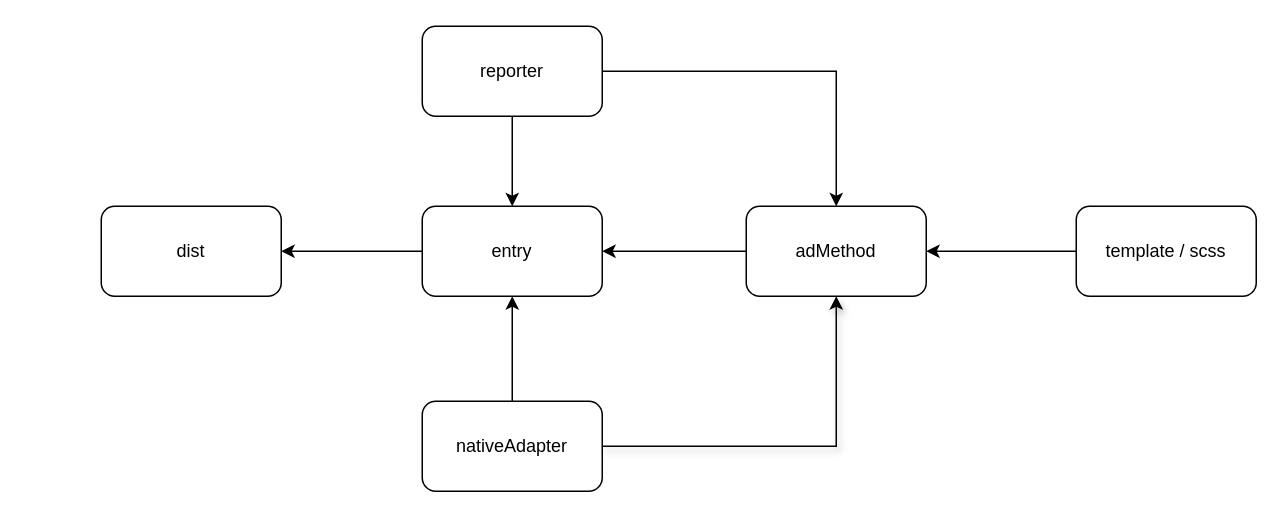
Hantron/jira keeps this draw.io diagram as 智能短信新架构_1.drawio. Above is the earlier version. Source tidied: cells renumbered, new cells numbered last; positions are measured from the earlier drawing's top-left corner, leaving out a move shared by most shapes. Both pictures are drawn from the tidied source at 150%, with x=0, y=0 at pixel (100, 26).
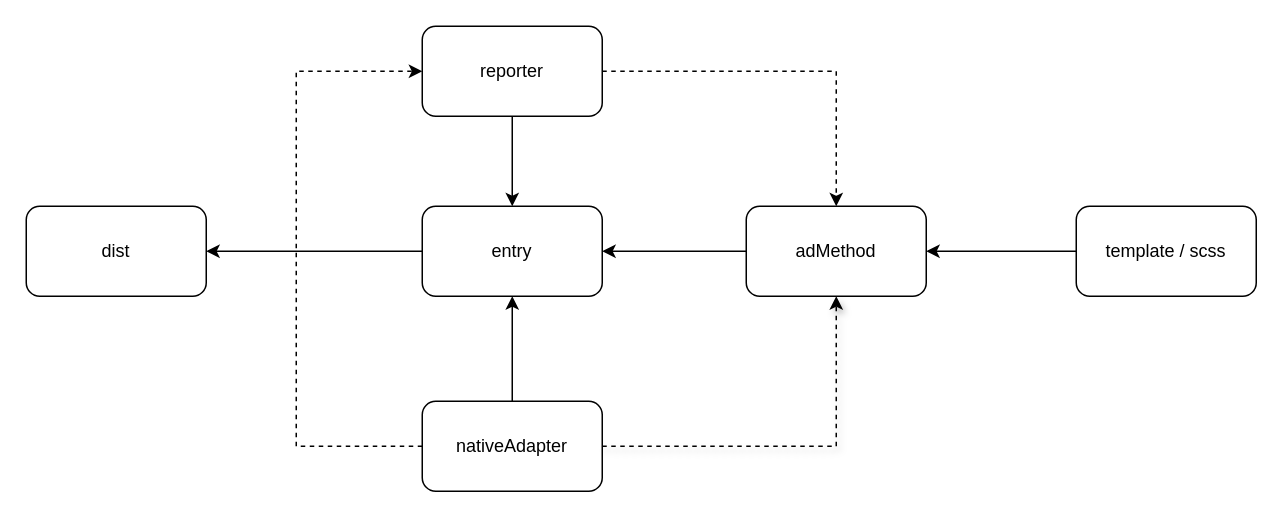
The same diagram, later.

Commit message (it also covers changes not shown here):
更新智能短信新架构_1.drawio

The change refers to these unchanged cells:
```xml
<mxCell id="3" value="reporter" style="rounded=1;whiteSpace=wrap;html=1;" parent="1" vertex="1">
  <mxGeometry x="214" width="120" height="60" as="geometry" />
</mxCell>
<mxCell id="5" value="adMethod" style="rounded=1;whiteSpace=wrap;html=1;" parent="1" vertex="1">
  <mxGeometry x="430" y="120" width="120" height="60" as="geometry" />
</mxCell>
<mxCell id="9" value="nativeAdapter" style="rounded=1;whiteSpace=wrap;html=1;" parent="1" vertex="1">
  <mxGeometry x="214" y="250" width="120" height="60" as="geometry" />
</mxCell>
```

The edit, as a diff of the source:
```diff
@@
     <mxCell id="10" value="dist" style="rounded=1;whiteSpace=wrap;html=1;" parent="1" vertex="1">
-      <mxGeometry y="120" width="120" height="60" as="geometry" />
+      <mxGeometry x="-50" y="120" width="120" height="60" as="geometry" />
     </mxCell>
@@
-    <mxCell id="13" style="endArrow=classic;html=1;rounded=0;exitX=1;exitY=0.5;exitDx=0;exitDy=0;entryX=0.5;entryY=0;entryDx=0;entryDy=0;" parent="1" edge="1" source="3" target="5">
+    <mxCell id="13" style="endArrow=classic;html=1;rounded=0;exitX=1;exitY=0.5;exitDx=0;exitDy=0;entryX=0.5;entryY=0;entryDx=0;entryDy=0;dashed=1;" parent="1" edge="1" source="3" target="5">
       <mxGeometry relative="1" as="geometry">
         <Array as="points">
           <mxPoint x="490" y="30" />
         </Array>
       </mxGeometry>
     </mxCell>
-    <mxCell id="14" style="endArrow=classic;html=1;rounded=0;exitX=1;exitY=0.5;exitDx=0;exitDy=0;entryX=0.5;entryY=1;entryDx=0;entryDy=0;shadow=1;" parent="1" edge="1" source="9" target="5">
+    <mxCell id="14" style="endArrow=classic;html=1;rounded=0;exitX=1;exitY=0.5;exitDx=0;exitDy=0;entryX=0.5;entryY=1;entryDx=0;entryDy=0;shadow=1;dashed=1;" parent="1" edge="1" source="9" target="5">
       <mxGeometry relative="1" as="geometry">
         <Array as="points">
           <mxPoint x="490" y="280" />
         </Array>
       </mxGeometry>
     </mxCell>
+    <mxCell id="15" style="endArrow=classic;html=1;rounded=0;exitX=0;exitY=0.5;exitDx=0;exitDy=0;entryX=0;entryY=0.5;entryDx=0;entryDy=0;dashed=1;" parent="1" edge="1" source="9" target="3">
+      <mxGeometry relative="1" as="geometry">
+        <Array as="points">
+          <mxPoint x="130" y="280" />
+          <mxPoint x="130" y="30" />
+        </Array>
+      </mxGeometry>
+    </mxCell>
```
